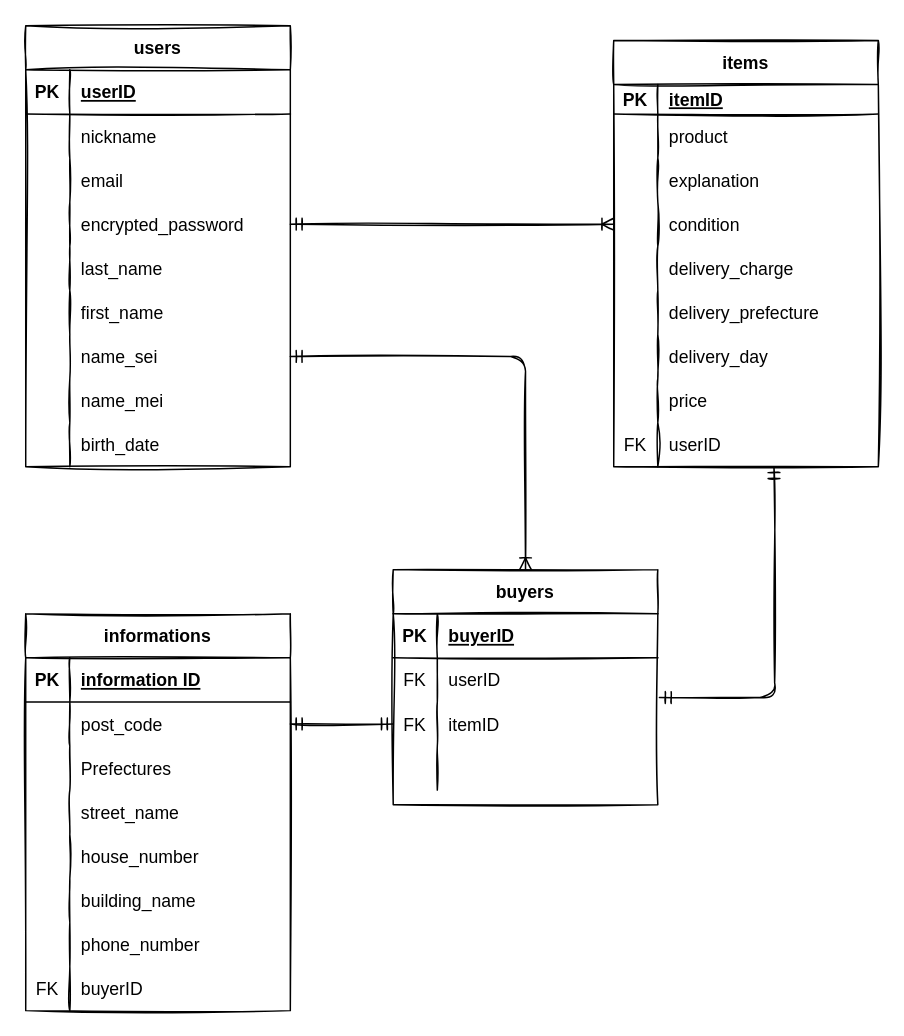
akira-no/furima-38113 keeps this draw.io diagram as furima.dio. Above is the earlier version. Source tidied: cells renumbered, new cells numbered last; positions are measured from the earlier drawing's top-left corner, leaving out a move shared by most shapes. Both pictures are drawn from the tidied source at 147%, with x=0, y=0 at pixel (25, 25).
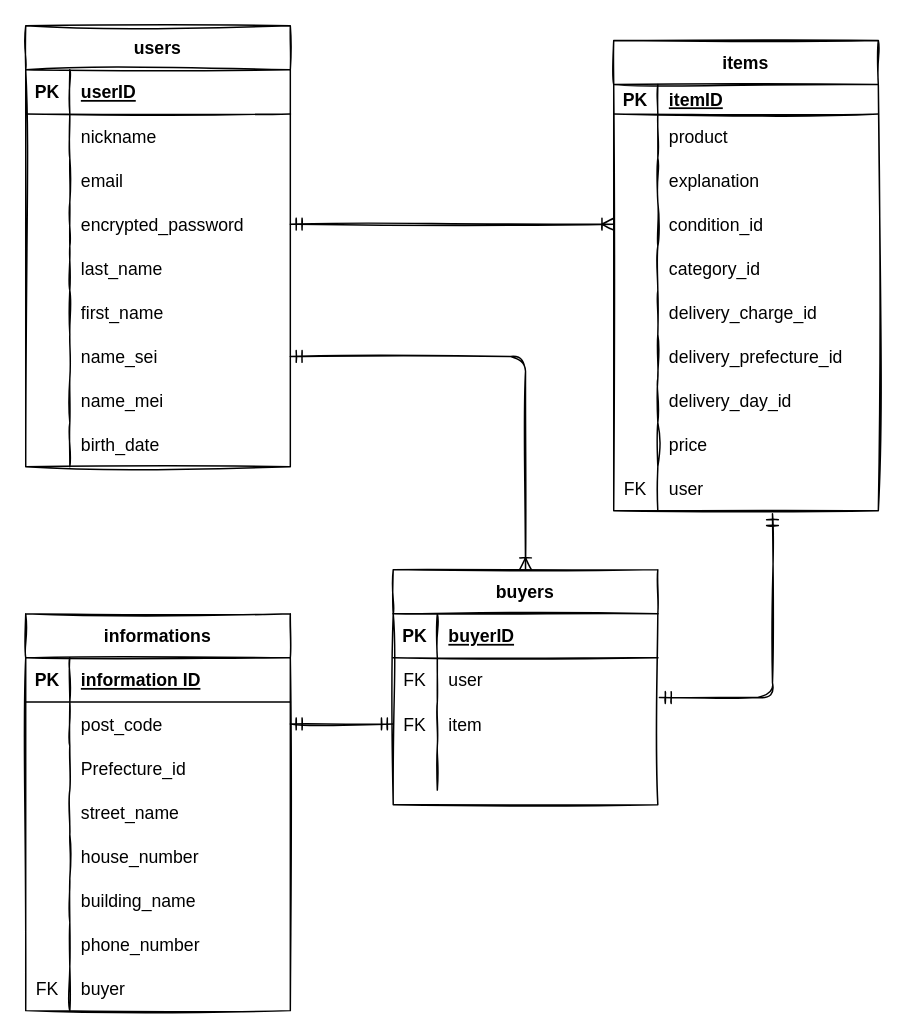
Above is the later version.

Commit message (it also covers changes not shown here):
active_hashを用いる記載に変更etc

The change refers to these unchanged cells:
```xml
<mxCell id="37" style="shape=partialRectangle;fillColor=none;top=0;left=0;bottom=0;right=0;sketch=1;" parent="30" vertex="1">
  <mxGeometry y="90" width="180" height="30" as="geometry" />
</mxCell>
<mxCell id="52" style="shape=partialRectangle;fillColor=none;top=0;left=0;bottom=0;right=0;sketch=1;" parent="30" vertex="1">
  <mxGeometry y="240" width="180" height="30" as="geometry" />
</mxCell>
<mxCell id="59" style="shape=partialRectangle;fillColor=none;top=0;left=0;bottom=0;right=0;sketch=1;" parent="55" vertex="1">
  <mxGeometry y="60" width="180" height="30" as="geometry" />
</mxCell>
<mxCell id="62" style="shape=partialRectangle;fillColor=none;top=0;left=0;bottom=0;right=0;points=[[0,0.5],[1,0.5]];portConstraint=eastwest;sketch=1;" parent="55" vertex="1">
  <mxGeometry y="90" width="180" height="30" as="geometry" />
</mxCell>
<mxCell id="78" style="shape=partialRectangle;fillColor=none;top=0;left=0;bottom=0;right=0;points=[[0,0.5],[1,0.5]];portConstraint=eastwest;sketch=1;" parent="68" vertex="1">
  <mxGeometry y="110" width="180" height="30" as="geometry" />
</mxCell>
```

Change to the diagram source:
```diff
@@
-    <mxCell id="39" value="Prefectures" style="shape=partialRectangle;fillColor=none;top=0;left=0;bottom=0;right=0;align=left;spacingLeft=6;overflow=hidden;sketch=1;" parent="37" vertex="1">
+    <mxCell id="39" value="Prefecture_id" style="shape=partialRectangle;fillColor=none;top=0;left=0;bottom=0;right=0;align=left;spacingLeft=6;overflow=hidden;sketch=1;" parent="37" vertex="1">
       <mxGeometry x="30" width="150" height="30" as="geometry" />
     </mxCell>
@@
-    <mxCell id="54" value="buyerID" style="shape=partialRectangle;fillColor=none;top=0;left=0;bottom=0;right=0;align=left;spacingLeft=6;overflow=hidden;sketch=1;" parent="52" vertex="1">
+    <mxCell id="54" value="buyer" style="shape=partialRectangle;fillColor=none;top=0;left=0;bottom=0;right=0;align=left;spacingLeft=6;overflow=hidden;sketch=1;" parent="52" vertex="1">
       <mxGeometry x="30" width="150" height="30" as="geometry" />
     </mxCell>
@@
-    <mxCell id="61" value="userID" style="shape=partialRectangle;fillColor=none;top=0;left=0;bottom=0;right=0;align=left;spacingLeft=6;overflow=hidden;sketch=1;" parent="59" vertex="1">
+    <mxCell id="61" value="user" style="shape=partialRectangle;fillColor=none;top=0;left=0;bottom=0;right=0;align=left;spacingLeft=6;overflow=hidden;sketch=1;" parent="59" vertex="1">
       <mxGeometry x="30" width="150" height="30" as="geometry" />
     </mxCell>
@@
-    <mxCell id="64" value="itemID" style="shape=partialRectangle;fillColor=none;top=0;left=0;bottom=0;right=0;align=left;spacingLeft=6;overflow=hidden;sketch=1;" parent="62" vertex="1">
+    <mxCell id="64" value="item" style="shape=partialRectangle;fillColor=none;top=0;left=0;bottom=0;right=0;align=left;spacingLeft=6;overflow=hidden;sketch=1;" parent="62" vertex="1">
       <mxGeometry x="30" width="150" height="30" as="geometry" />
     </mxCell>
@@
     <mxCell id="68" value="items" style="shape=table;startSize=30;childLayout=tableLayout;rowLines=0;fontStyle=1;align=center;sketch=1;" parent="1" vertex="1">
-      <mxGeometry x="400" y="10" width="180" height="290" as="geometry" />
+      <mxGeometry x="400" y="10" width="180" height="320" as="geometry" />
     </mxCell>
@@
-    <mxCell id="80" value="condition" style="shape=partialRectangle;fillColor=none;top=0;left=0;bottom=0;right=0;align=left;spacingLeft=6;overflow=hidden;sketch=1;" parent="78" vertex="1">
+    <mxCell id="80" value="condition_id" style="shape=partialRectangle;fillColor=none;top=0;left=0;bottom=0;right=0;align=left;spacingLeft=6;overflow=hidden;sketch=1;" parent="78" vertex="1">
       <mxGeometry x="30" width="150" height="30" as="geometry" />
     </mxCell>
+    <mxCell id="100" style="shape=partialRectangle;fillColor=none;top=0;left=0;bottom=0;right=0;sketch=1;" parent="68" vertex="1">
+      <mxGeometry y="140" width="180" height="30" as="geometry" />
+    </mxCell>
+    <mxCell id="101" style="shape=partialRectangle;fillColor=none;top=0;left=0;bottom=0;right=0;overflow=hidden;sketch=1;" parent="100" vertex="1">
+      <mxGeometry width="30" height="30" as="geometry" />
+    </mxCell>
+    <mxCell id="102" value="category_id" style="shape=partialRectangle;fillColor=none;top=0;left=0;bottom=0;right=0;align=left;spacingLeft=6;overflow=hidden;sketch=1;" parent="100" vertex="1">
+      <mxGeometry x="30" width="150" height="30" as="geometry" />
+    </mxCell>
     <mxCell id="81" style="shape=partialRectangle;fillColor=none;top=0;left=0;bottom=0;right=0;sketch=1;" parent="68" vertex="1">
-      <mxGeometry y="140" width="180" height="30" as="geometry" />
+      <mxGeometry y="170" width="180" height="30" as="geometry" />
     </mxCell>
@@
-    <mxCell id="83" value="delivery_charge" style="shape=partialRectangle;fillColor=none;top=0;left=0;bottom=0;right=0;align=left;spacingLeft=6;overflow=hidden;sketch=1;" parent="81" vertex="1">
+    <mxCell id="83" value="delivery_charge_id" style="shape=partialRectangle;fillColor=none;top=0;left=0;bottom=0;right=0;align=left;spacingLeft=6;overflow=hidden;sketch=1;" parent="81" vertex="1">
       <mxGeometry x="30" width="150" height="30" as="geometry" />
     </mxCell>
     <mxCell id="84" style="shape=partialRectangle;fillColor=none;top=0;left=0;bottom=0;right=0;sketch=1;" parent="68" vertex="1">
-      <mxGeometry y="170" width="180" height="30" as="geometry" />
+      <mxGeometry y="200" width="180" height="30" as="geometry" />
     </mxCell>
@@
-    <mxCell id="86" value="delivery_prefecture" style="shape=partialRectangle;fillColor=none;top=0;left=0;bottom=0;right=0;align=left;spacingLeft=6;overflow=hidden;sketch=1;" parent="84" vertex="1">
+    <mxCell id="86" value="delivery_prefecture_id" style="shape=partialRectangle;fillColor=none;top=0;left=0;bottom=0;right=0;align=left;spacingLeft=6;overflow=hidden;sketch=1;" parent="84" vertex="1">
       <mxGeometry x="30" width="150" height="30" as="geometry" />
     </mxCell>
     <mxCell id="87" style="shape=partialRectangle;fillColor=none;top=0;left=0;bottom=0;right=0;sketch=1;" parent="68" vertex="1">
-      <mxGeometry y="200" width="180" height="30" as="geometry" />
+      <mxGeometry y="230" width="180" height="30" as="geometry" />
     </mxCell>
@@
-    <mxCell id="89" value="delivery_day" style="shape=partialRectangle;fillColor=none;top=0;left=0;bottom=0;right=0;align=left;spacingLeft=6;overflow=hidden;sketch=1;" parent="87" vertex="1">
+    <mxCell id="89" value="delivery_day_id" style="shape=partialRectangle;fillColor=none;top=0;left=0;bottom=0;right=0;align=left;spacingLeft=6;overflow=hidden;sketch=1;" parent="87" vertex="1">
       <mxGeometry x="30" width="150" height="30" as="geometry" />
     </mxCell>
     <mxCell id="90" style="shape=partialRectangle;fillColor=none;top=0;left=0;bottom=0;right=0;sketch=1;" parent="68" vertex="1">
-      <mxGeometry y="230" width="180" height="30" as="geometry" />
+      <mxGeometry y="260" width="180" height="30" as="geometry" />
     </mxCell>
@@
     <mxCell id="93" style="shape=partialRectangle;fillColor=none;top=0;left=0;bottom=0;right=0;points=[[0,0.5],[1,0.5]];portConstraint=eastwest;sketch=1;" parent="68" vertex="1">
-      <mxGeometry y="260" width="180" height="30" as="geometry" />
+      <mxGeometry y="290" width="180" height="30" as="geometry" />
     </mxCell>
@@
-    <mxCell id="95" value="userID" style="shape=partialRectangle;fillColor=none;top=0;left=0;bottom=0;right=0;align=left;spacingLeft=6;overflow=hidden;sketch=1;" parent="93" vertex="1">
+    <mxCell id="95" value="user" style="shape=partialRectangle;fillColor=none;top=0;left=0;bottom=0;right=0;align=left;spacingLeft=6;overflow=hidden;sketch=1;" parent="93" vertex="1">
       <mxGeometry x="30" width="150" height="30" as="geometry" />
     </mxCell>
@@
-    <mxCell id="97" style="edgeStyle=orthogonalEdgeStyle;fontSize=12;html=1;endArrow=ERmandOne;startArrow=ERmandOne;entryX=1.006;entryY=-0.1;entryDx=0;entryDy=0;sketch=1;entryPerimeter=0;" parent="1" edge="1" target="62">
+    <mxCell id="97" style="edgeStyle=orthogonalEdgeStyle;fontSize=12;html=1;endArrow=ERmandOne;startArrow=ERmandOne;entryX=1.006;entryY=-0.1;entryDx=0;entryDy=0;sketch=1;entryPerimeter=0;exitX=0.6;exitY=1.067;exitDx=0;exitDy=0;exitPerimeter=0;" parent="1" edge="1" source="93" target="62">
       <mxGeometry relative="1" as="geometry">
-        <mxPoint x="509" y="300" as="sourcePoint" />
+        <Array as="points">
+          <mxPoint x="508" y="457" />
+        </Array>
       </mxGeometry>
     </mxCell>
```
